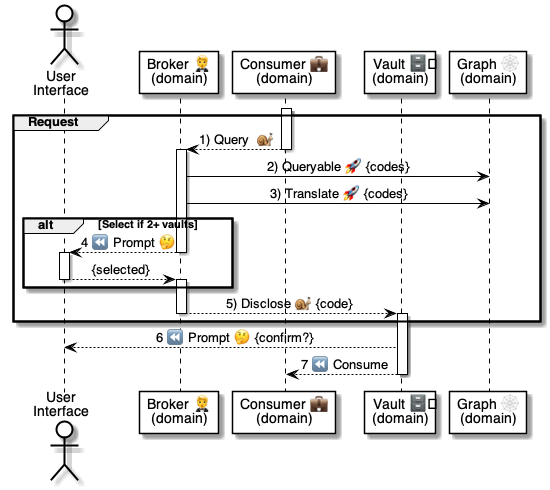
Above: 5 ⏩ Flows/20 💼⏩ Consumers/.📎 Assets/⚙️ Query Vault.png in pollyweb-org/pollyweb-docs (PlantUML), before the change. Its source is kept beside it as 5 ⏩ Flows/20 💼⏩ Consumers/.📎 Assets/⚙️ Query Vault.puml.
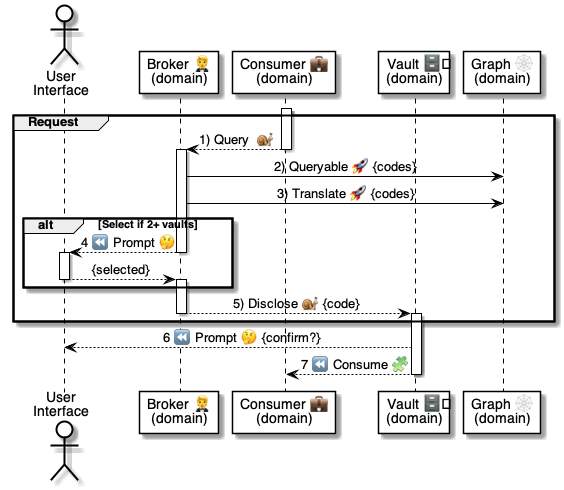
The same diagram one commit later.

Diff of the diagram source:
```diff
@@ -38,7 +38,7 @@
 end group
 
 vault --> user: 6 ⏪ Prompt 🤔 {confirm?}
-vault --> consumer: 7 ⏪ Consume
+vault --> consumer: 7 ⏪ Consume 🧩
 deactivate vault
 
 
```
